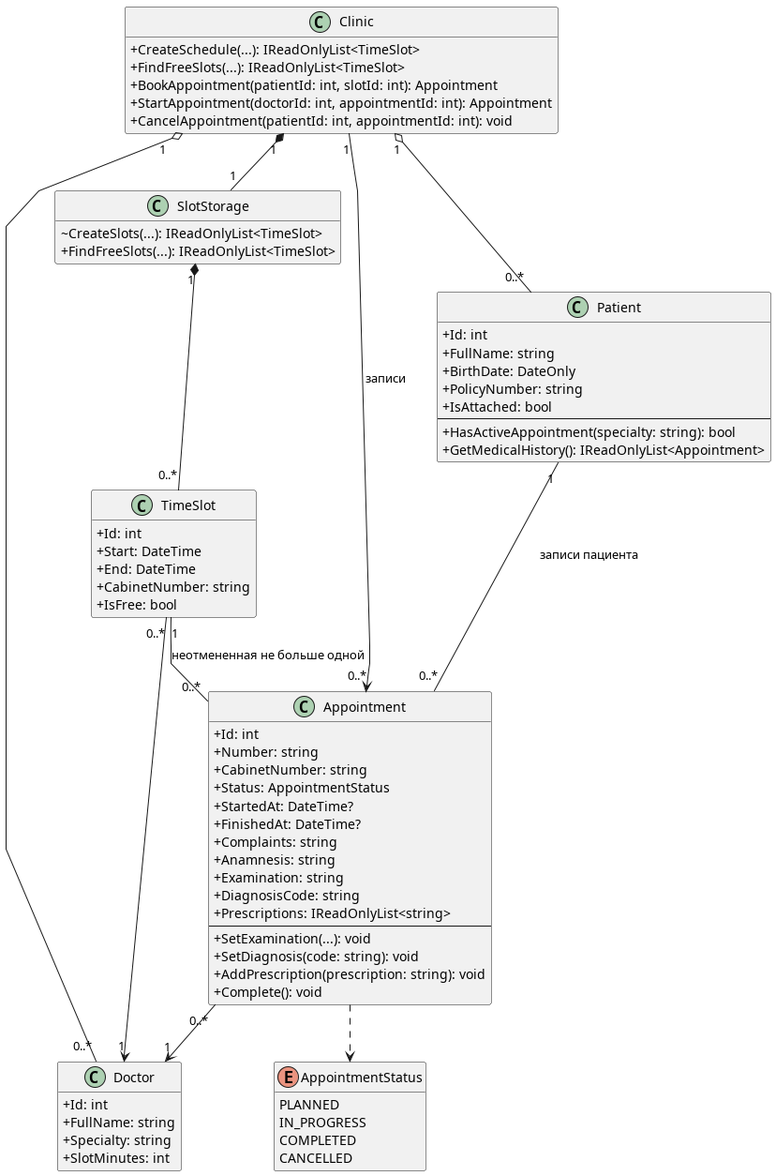
Above: img/classes-all.png in penamarth/bsbo-11-24_team3_var3_clinic (PlantUML), before the change.
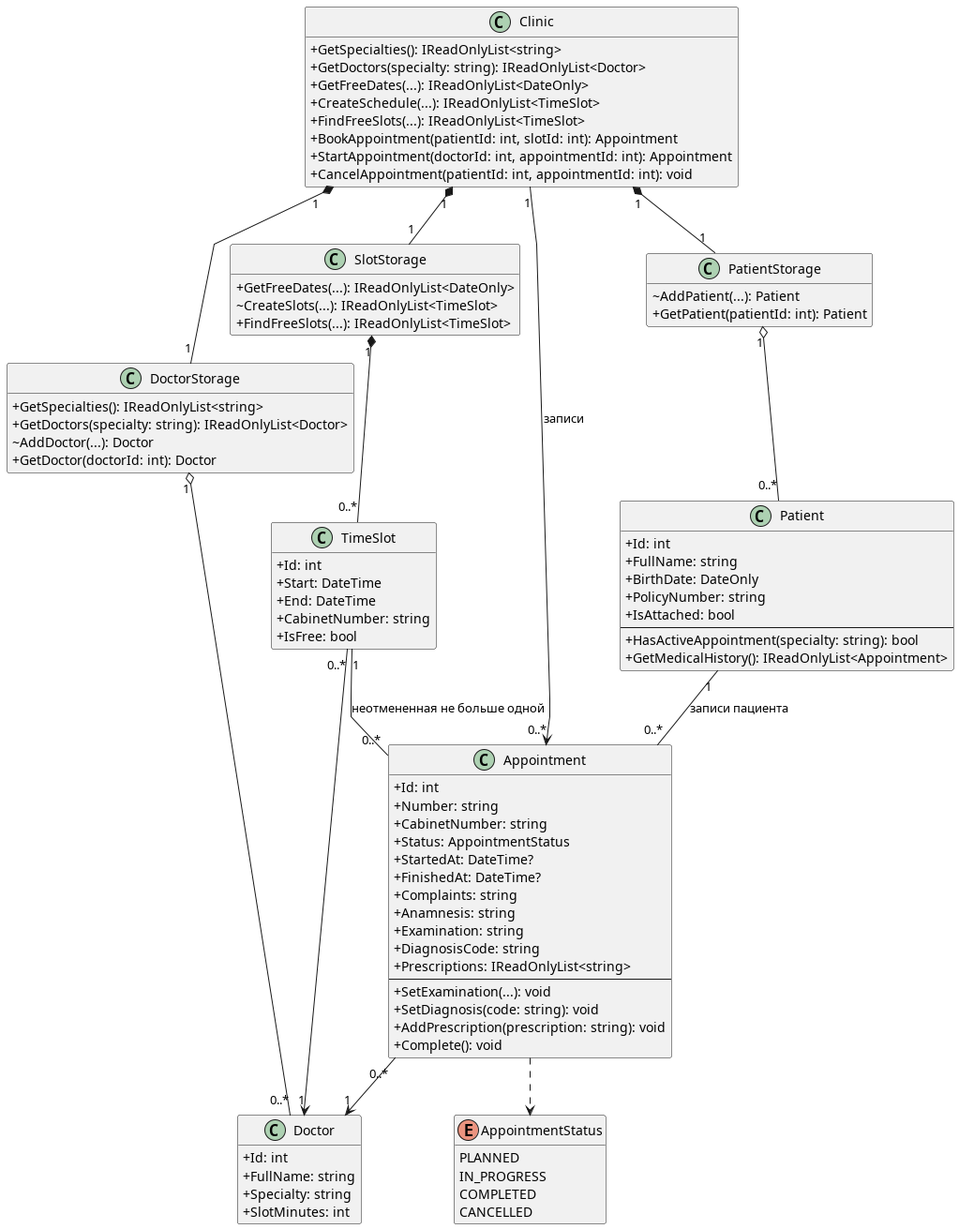
After the change.

Commit message:
docs: выбор специальности, врача и даты в диаграммах

The edit, as a diff of the source:
```diff
@@ -4,11 +4,26 @@
 hide empty members
 
 class Clinic {
+  + GetSpecialties(): IReadOnlyList<string>
+  + GetDoctors(specialty: string): IReadOnlyList<Doctor>
+  + GetFreeDates(...): IReadOnlyList<DateOnly>
   + CreateSchedule(...): IReadOnlyList<TimeSlot>
   + FindFreeSlots(...): IReadOnlyList<TimeSlot>
   + BookAppointment(patientId: int, slotId: int): Appointment
   + StartAppointment(doctorId: int, appointmentId: int): Appointment
   + CancelAppointment(patientId: int, appointmentId: int): void
+}
+
+class PatientStorage {
+  ~ AddPatient(...): Patient
+  + GetPatient(patientId: int): Patient
+}
+
+class DoctorStorage {
+  + GetSpecialties(): IReadOnlyList<string>
+  + GetDoctors(specialty: string): IReadOnlyList<Doctor>
+  ~ AddDoctor(...): Doctor
+  + GetDoctor(doctorId: int): Doctor
 }
 
 class Patient {
@@ -30,6 +45,7 @@
 }
 
 class SlotStorage {
+  + GetFreeDates(...): IReadOnlyList<DateOnly>
   ~ CreateSlots(...): IReadOnlyList<TimeSlot>
   + FindFreeSlots(...): IReadOnlyList<TimeSlot>
 }
@@ -69,8 +85,10 @@
 }
 
 Clinic "1" *-- "1" SlotStorage
-Clinic "1" o-- "0..*" Patient
-Clinic "1" o-- "0..*" Doctor
+Clinic "1" *-- "1" PatientStorage
+Clinic "1" *-- "1" DoctorStorage
+PatientStorage "1" o-- "0..*" Patient
+DoctorStorage "1" o-- "0..*" Doctor
 Clinic "1" --> "0..*" Appointment : записи
 SlotStorage "1" *-- "0..*" TimeSlot
 Patient "1" -- "0..*" Appointment : записи пациента
```
